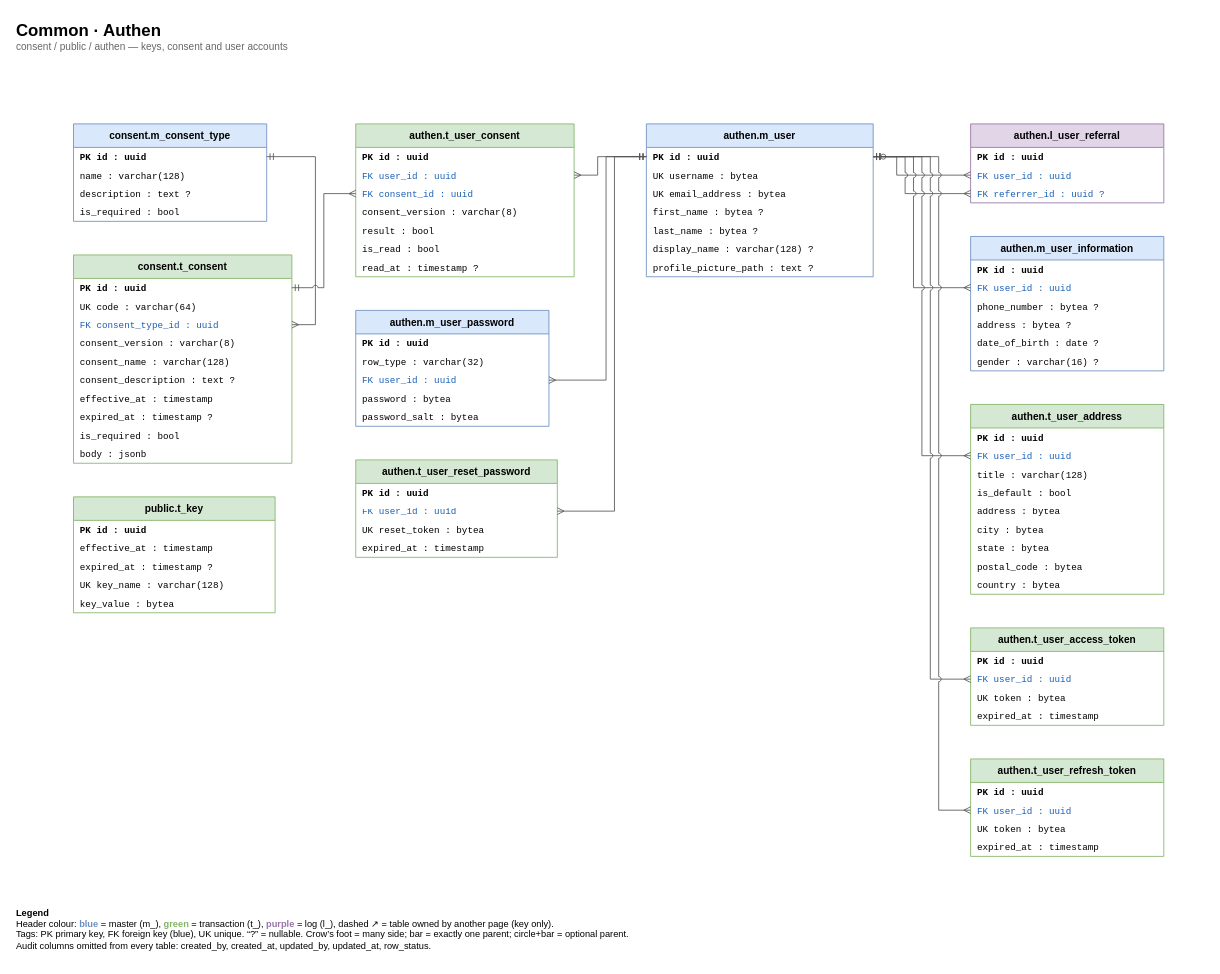
Earlier version of the draw.io diagram page "1 Common · Authen" (2 of 8) of e-commerce/db/er-diagram.drawio (ittikornsopawan/system-analysis-and-design). Source tidied: cells renumbered, new cells numbered last; positions are measured from the earlier drawing's top-left corner, leaving out a move shared by most shapes. Both pictures are drawn from the tidied source at 84%, with x=0, y=0 at pixel (14, 14).
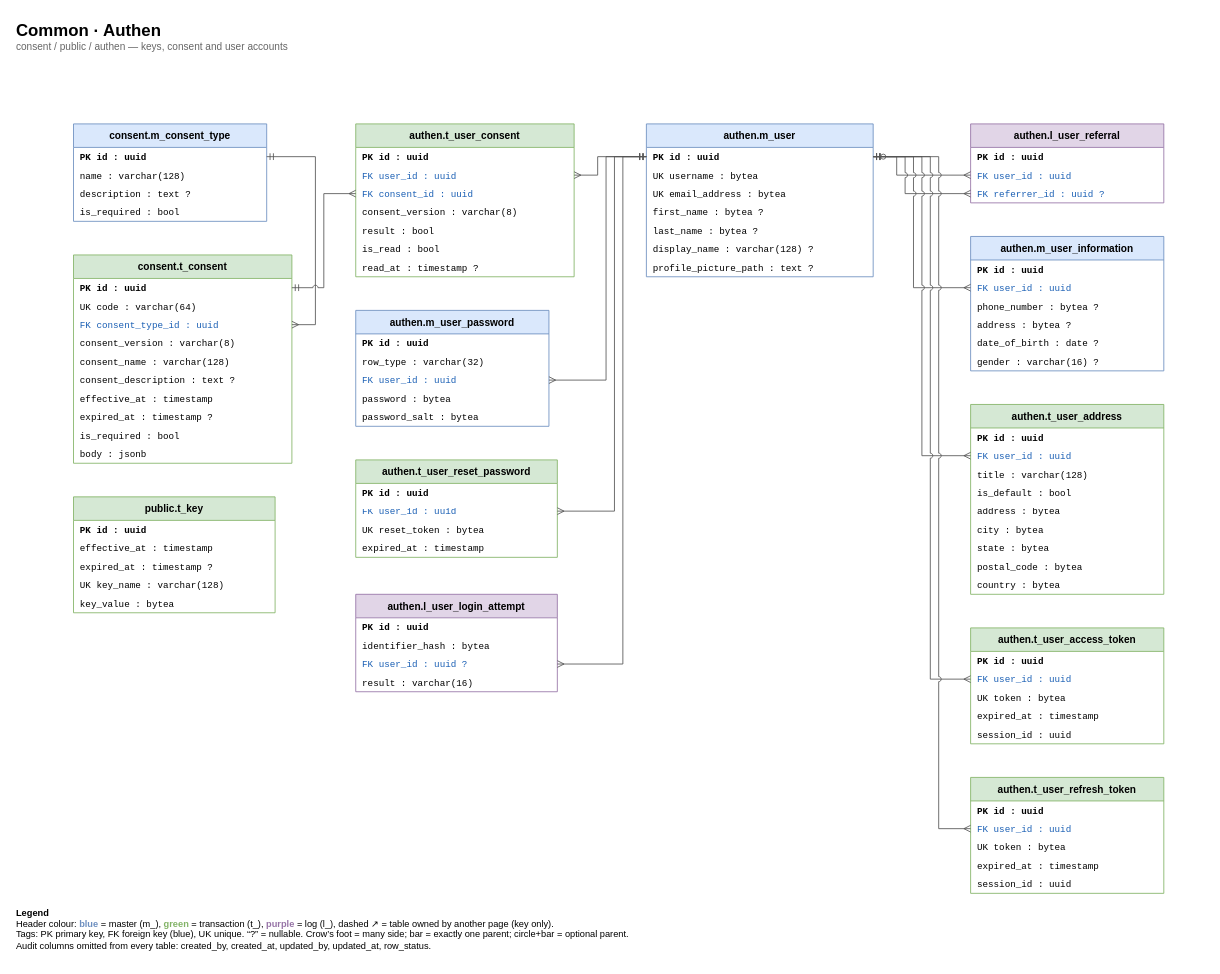
The same page after the edit.

The change refers to these unchanged cells:
```xml
<mxCell id="45" value="PK    id : uuid" style="text;html=0;strokeColor=none;fillColor=none;align=left;verticalAlign=middle;spacingLeft=6;spacingRight=4;overflow=hidden;whiteSpace=nowrap;fontFamily=Courier New;fontSize=11;fontStyle=1;" parent="44" vertex="1">
  <mxGeometry y="28" width="270" height="22" as="geometry" />
</mxCell>
<mxCell id="80" value="FK    user_id : uuid" style="text;html=0;strokeColor=none;fillColor=none;align=left;verticalAlign=middle;spacingLeft=6;spacingRight=4;overflow=hidden;whiteSpace=nowrap;fontFamily=Courier New;fontSize=11;fontColor=#1a5fb4;" parent="78" vertex="1">
  <mxGeometry y="50" width="230" height="22" as="geometry" />
</mxCell>
```

Diff of the diagram source:
```diff
@@
     <mxCell id="73" value="authen.t_user_access_token" style="swimlane;fontStyle=1;horizontal=1;startSize=28;fillColor=#d5e8d4;strokeColor=#82b366;swimlaneFillColor=#ffffff;fontSize=12;" parent="1" vertex="1">
-      <mxGeometry x="1138" y="730" width="230" height="116" as="geometry" />
+      <mxGeometry x="1138" y="730" width="230" height="138" as="geometry" />
     </mxCell>
@@
+    <mxCell id="95" value="      session_id : uuid" style="text;html=0;strokeColor=none;fillColor=none;align=left;verticalAlign=middle;spacingLeft=6;spacingRight=4;overflow=hidden;whiteSpace=nowrap;fontFamily=Courier New;fontSize=11;" parent="73" vertex="1">
+      <mxGeometry y="116" width="230" height="22" as="geometry" />
+    </mxCell>
     <mxCell id="78" value="authen.t_user_refresh_token" style="swimlane;fontStyle=1;horizontal=1;startSize=28;fillColor=#d5e8d4;strokeColor=#82b366;swimlaneFillColor=#ffffff;fontSize=12;" parent="1" vertex="1">
-      <mxGeometry x="1138" y="886" width="230" height="116" as="geometry" />
+      <mxGeometry x="1138" y="908" width="230" height="138" as="geometry" />
     </mxCell>
@@
+    <mxCell id="96" value="      session_id : uuid" style="text;html=0;strokeColor=none;fillColor=none;align=left;verticalAlign=middle;spacingLeft=6;spacingRight=4;overflow=hidden;whiteSpace=nowrap;fontFamily=Courier New;fontSize=11;" parent="78" vertex="1">
+      <mxGeometry y="116" width="230" height="22" as="geometry" />
+    </mxCell>
@@
     <mxCell id="93" style="html=1;rounded=0;jumpStyle=arc;jumpSize=6;startArrow=ERmany;startFill=0;endArrow=ERmandOne;endFill=0;strokeColor=#555555;exitX=0;exitY=0.5;exitDx=0;exitDy=0;entryX=1;entryY=0.5;entryDx=0;entryDy=0;" parent="1" edge="1" source="80" target="45">
       <mxGeometry relative="1" as="geometry">
         <Array as="points">
-          <mxPoint x="1100" y="947" />
+          <mxPoint x="1100" y="969" />
           <mxPoint x="1100" y="169" />
         </Array>
       </mxGeometry>
     </mxCell>
+    <mxCell id="97" value="authen.l_user_login_attempt" style="swimlane;fontStyle=1;horizontal=1;startSize=28;fillColor=#e1d5e7;strokeColor=#9673a6;swimlaneFillColor=#ffffff;fontSize=12;" parent="1" vertex="1">
+      <mxGeometry x="406" y="690" width="240" height="116" as="geometry" />
+    </mxCell>
+    <mxCell id="98" value="PK    id : uuid" style="text;html=0;strokeColor=none;fillColor=none;align=left;verticalAlign=middle;spacingLeft=6;spacingRight=4;overflow=hidden;whiteSpace=nowrap;fontFamily=Courier New;fontSize=11;fontStyle=1;" parent="97" vertex="1">
+      <mxGeometry y="28" width="240" height="22" as="geometry" />
+    </mxCell>
+    <mxCell id="99" value="      identifier_hash : bytea" style="text;html=0;strokeColor=none;fillColor=none;align=left;verticalAlign=middle;spacingLeft=6;spacingRight=4;overflow=hidden;whiteSpace=nowrap;fontFamily=Courier New;fontSize=11;" parent="97" vertex="1">
+      <mxGeometry y="50" width="240" height="22" as="geometry" />
+    </mxCell>
+    <mxCell id="100" value="FK    user_id : uuid ?" style="text;html=0;strokeColor=none;fillColor=none;align=left;verticalAlign=middle;spacingLeft=6;spacingRight=4;overflow=hidden;whiteSpace=nowrap;fontFamily=Courier New;fontSize=11;fontColor=#1a5fb4;" parent="97" vertex="1">
+      <mxGeometry y="72" width="240" height="22" as="geometry" />
+    </mxCell>
+    <mxCell id="101" value="      result : varchar(16)" style="text;html=0;strokeColor=none;fillColor=none;align=left;verticalAlign=middle;spacingLeft=6;spacingRight=4;overflow=hidden;whiteSpace=nowrap;fontFamily=Courier New;fontSize=11;" parent="97" vertex="1">
+      <mxGeometry y="94" width="240" height="22" as="geometry" />
+    </mxCell>
+    <mxCell id="102" style="html=1;rounded=0;jumpStyle=arc;jumpSize=6;startArrow=ERmany;startFill=0;endArrow=ERmandOne;endFill=0;strokeColor=#555555;exitX=1;exitY=0.5;exitDx=0;exitDy=0;entryX=0;entryY=0.5;entryDx=0;entryDy=0;" parent="1" edge="1" source="100" target="45">
+      <mxGeometry relative="1" as="geometry">
+        <Array as="points">
+          <mxPoint x="724" y="773" />
+          <mxPoint x="724" y="169" />
+        </Array>
+      </mxGeometry>
+    </mxCell>
```
